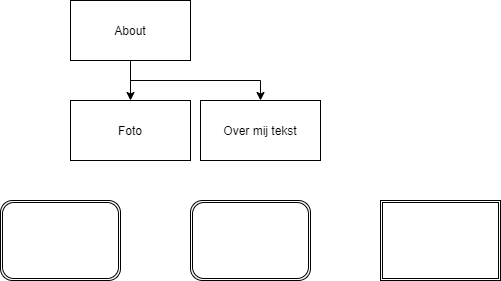
Earlier version of the draw.io export 01-Challenge/Taak02-Ontwerpen/student-boomstructuur.drawio.png (dvdalfsen/Challenge-Portfolio). Source tidied: cells renumbered, new cells last; positions are measured from the earlier drawing's top-left corner, leaving out a move shared by most shapes.
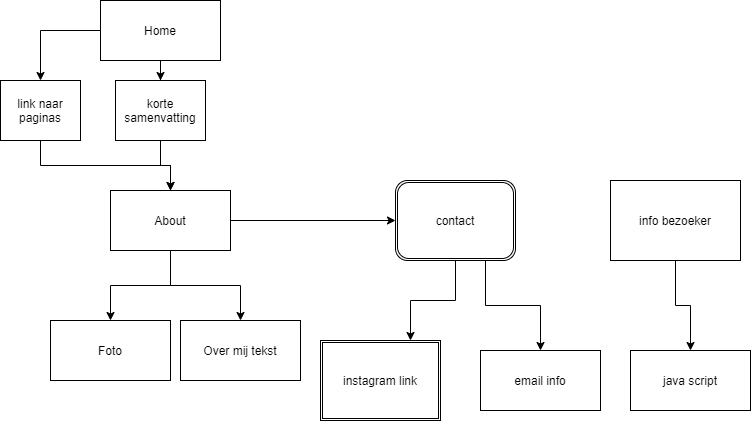
Later version of the same file.

What changed in the source:
```diff
@@ -8,8 +8,11 @@
     <mxCell id="3" style="edgeStyle=orthogonalEdgeStyle;rounded=0;jettySize=auto;html=1;exitX=0.5;exitY=1;exitDx=0;exitDy=0;" parent="1" edge="1" source="4" target="6">
       <mxGeometry relative="1" as="geometry" />
     </mxCell>
+    <mxCell id="10" style="edgeStyle=orthogonalEdgeStyle;rounded=0;jettySize=auto;html=1;exitX=1;exitY=0.5;exitDx=0;exitDy=0;" parent="1" edge="1" source="4" target="7">
+      <mxGeometry relative="1" as="geometry" />
+    </mxCell>
     <mxCell id="4" value="About" style="rounded=0;whiteSpace=wrap;html=1;" parent="1" vertex="1">
-      <mxGeometry x="70" width="120" height="60" as="geometry" />
+      <mxGeometry x="130" y="-30" width="120" height="60" as="geometry" />
     </mxCell>
     <mxCell id="5" value="Foto" style="rounded=0;whiteSpace=wrap;html=1;" parent="1" vertex="1">
       <mxGeometry x="70" y="100" width="120" height="60" as="geometry" />
@@ -17,14 +20,52 @@
     <mxCell id="6" value="Over mij tekst" style="rounded=0;whiteSpace=wrap;html=1;" parent="1" vertex="1">
       <mxGeometry x="200" y="100" width="120" height="60" as="geometry" />
     </mxCell>
+    <mxCell id="11" style="edgeStyle=orthogonalEdgeStyle;rounded=0;jettySize=auto;html=1;" parent="1" edge="1" source="7">
+      <mxGeometry relative="1" as="geometry">
+        <mxPoint x="430" y="120" as="targetPoint" />
+      </mxGeometry>
+    </mxCell>
+    <mxCell id="12" style="edgeStyle=orthogonalEdgeStyle;rounded=0;jettySize=auto;html=1;exitX=0.75;exitY=1;exitDx=0;exitDy=0;entryX=0.5;entryY=0;entryDx=0;entryDy=0;" parent="1" edge="1" source="7" target="13">
+      <mxGeometry relative="1" as="geometry" />
+    </mxCell>
-    <mxCell id="7" style="shape=ext;double=1;rounded=1;whiteSpace=wrap;html=1;" parent="1" vertex="1">
-      <mxGeometry x="190" y="200" width="120" height="80" as="geometry" />
+    <mxCell id="7" value="contact" style="shape=ext;double=1;rounded=1;whiteSpace=wrap;html=1;" parent="1" vertex="1">
+      <mxGeometry x="415" y="-40" width="120" height="80" as="geometry" />
     </mxCell>
-    <mxCell id="8" style="shape=ext;double=1;rounded=1;whiteSpace=wrap;html=1;" parent="1" vertex="1">
-      <mxGeometry y="200" width="120" height="80" as="geometry" />
-    </mxCell>
-    <mxCell id="9" style="shape=ext;double=1;rounded=0;whiteSpace=wrap;html=1;" parent="1" vertex="1">
-      <mxGeometry x="380" y="200" width="120" height="80" as="geometry" />
+    <mxCell id="9" value="instagram link" style="shape=ext;double=1;rounded=0;whiteSpace=wrap;html=1;" parent="1" vertex="1">
+      <mxGeometry x="340" y="120" width="120" height="80" as="geometry" />
     </mxCell>
+    <mxCell id="13" value="email info" style="whiteSpace=wrap;html=1;" parent="1" vertex="1">
+      <mxGeometry x="500" y="130" width="120" height="60" as="geometry" />
+    </mxCell>
+    <mxCell id="14" style="edgeStyle=orthogonalEdgeStyle;rounded=0;jettySize=auto;html=1;entryX=0.5;entryY=0;entryDx=0;entryDy=0;" parent="1" edge="1" source="16" target="20">
+      <mxGeometry relative="1" as="geometry" />
+    </mxCell>
+    <mxCell id="15" style="edgeStyle=orthogonalEdgeStyle;rounded=0;jettySize=auto;html=1;entryX=0.5;entryY=0;entryDx=0;entryDy=0;" parent="1" edge="1" source="16" target="18">
+      <mxGeometry relative="1" as="geometry" />
+    </mxCell>
+    <mxCell id="16" value="Home" style="whiteSpace=wrap;html=1;" parent="1" vertex="1">
+      <mxGeometry x="120" y="-220" width="120" height="60" as="geometry" />
+    </mxCell>
+    <mxCell id="17" style="edgeStyle=orthogonalEdgeStyle;rounded=0;jettySize=auto;html=1;exitX=0.5;exitY=1;exitDx=0;exitDy=0;entryX=0.5;entryY=0;entryDx=0;entryDy=0;" parent="1" edge="1" source="18" target="4">
+      <mxGeometry relative="1" as="geometry" />
+    </mxCell>
+    <mxCell id="18" value="link naar paginas" style="whiteSpace=wrap;html=1;" parent="1" vertex="1">
+      <mxGeometry x="20" y="-140" width="80" height="60" as="geometry" />
+    </mxCell>
+    <mxCell id="19" style="edgeStyle=orthogonalEdgeStyle;rounded=0;jettySize=auto;html=1;exitX=0.5;exitY=1;exitDx=0;exitDy=0;" parent="1" edge="1" source="20" target="4">
+      <mxGeometry relative="1" as="geometry" />
+    </mxCell>
+    <mxCell id="20" value="korte samenvatting" style="whiteSpace=wrap;html=1;" parent="1" vertex="1">
+      <mxGeometry x="135" y="-140" width="90" height="60" as="geometry" />
+    </mxCell>
+    <mxCell id="21" style="edgeStyle=orthogonalEdgeStyle;rounded=0;jettySize=auto;html=1;exitX=0.5;exitY=1;exitDx=0;exitDy=0;entryX=0.5;entryY=0;entryDx=0;entryDy=0;" parent="1" edge="1" source="22" target="23">
+      <mxGeometry relative="1" as="geometry" />
+    </mxCell>
+    <mxCell id="22" value="info bezoeker" style="whiteSpace=wrap;html=1;" parent="1" vertex="1">
+      <mxGeometry x="630" y="-40" width="130" height="80" as="geometry" />
+    </mxCell>
+    <mxCell id="23" value="java script" style="whiteSpace=wrap;html=1;" parent="1" vertex="1">
+      <mxGeometry x="650" y="130" width="120" height="60" as="geometry" />
+    </mxCell>
   </root>
 </mxGraphModel>
```
